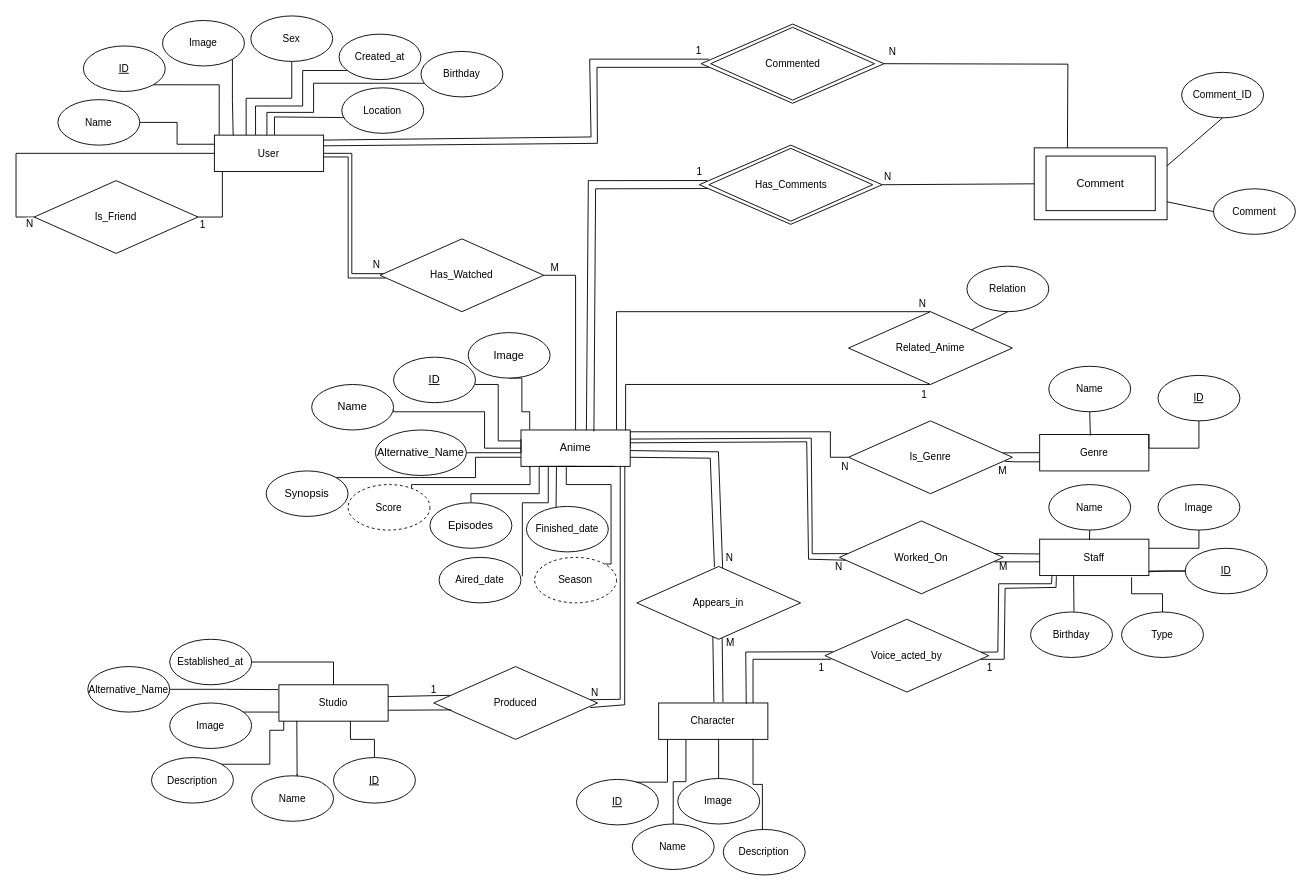
AlexandreCotorobai/AnimeDB keeps this draw.io diagram as DER_AnimeDB.drawio. Above is the earlier version. Source tidied: cells renumbered, new cells numbered last; positions are measured from the earlier drawing's top-left corner, leaving out a move shared by most shapes. Both pictures are drawn from the tidied source at 91%, with x=0, y=0 at pixel (34, 15).
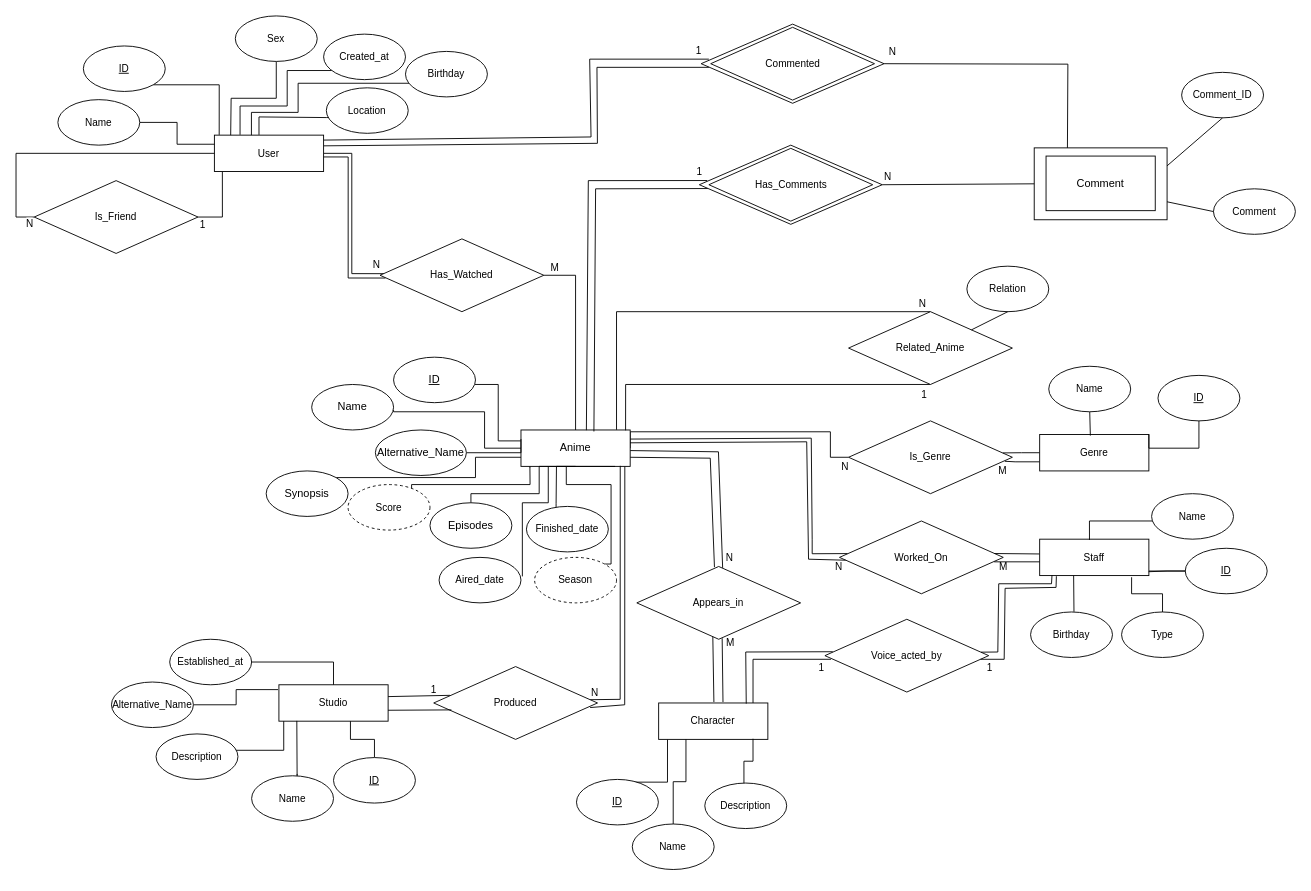
Above is the later version.

Commit message (it also covers changes not shown here):
Diagrams and PNGs

The change refers to these unchanged cells:
```xml
<mxCell id="5" value="&lt;div&gt;Anime&lt;/div&gt;" style="rounded=0;whiteSpace=wrap;html=1;" parent="1" vertex="1">
  <mxGeometry x="535" y="455" width="120" height="40" as="geometry" />
</mxCell>
<mxCell id="39" value="Staff" style="rounded=0;whiteSpace=wrap;html=1;fontFamily=Helvetica;fontSize=11;fontColor=default;" parent="1" vertex="1">
  <mxGeometry x="1105" y="575" width="120" height="40" as="geometry" />
</mxCell>
<mxCell id="58" value="&lt;div&gt;Character&lt;/div&gt;" style="rounded=0;whiteSpace=wrap;html=1;fontFamily=Helvetica;fontSize=11;fontColor=default;" parent="1" vertex="1">
  <mxGeometry x="686.3" y="755" width="120" height="40" as="geometry" />
</mxCell>
<mxCell id="70" value="&lt;div&gt;Studio&lt;/div&gt;" style="rounded=0;whiteSpace=wrap;html=1;fontFamily=Helvetica;fontSize=11;fontColor=default;" parent="1" vertex="1">
  <mxGeometry x="269" y="735" width="120" height="40" as="geometry" />
</mxCell>
<mxCell id="103" value="&lt;div&gt;User&lt;/div&gt;" style="rounded=0;whiteSpace=wrap;html=1;fontFamily=Helvetica;fontSize=11;fontColor=default;" parent="1" vertex="1">
  <mxGeometry x="198.1" y="131" width="120" height="40" as="geometry" />
</mxCell>
```

Diff of the diagram source:
```diff
@@
-    <mxCell id="8" style="edgeStyle=orthogonalEdgeStyle;shape=connector;rounded=0;jettySize=auto;html=1;exitX=0.5;exitY=1;exitDx=0;exitDy=0;labelBackgroundColor=default;strokeColor=default;fontFamily=Helvetica;fontSize=11;fontColor=default;endArrow=none;endFill=0;entryX=0.08;entryY=-0.011;entryDx=0;entryDy=0;entryPerimeter=0;" parent="1" edge="1" source="9" target="5">
-      <mxGeometry relative="1" as="geometry">
-        <Array as="points">
-          <mxPoint x="536" y="435" />
-          <mxPoint x="545" y="435" />
-        </Array>
-      </mxGeometry>
-    </mxCell>
-    <mxCell id="9" value="Image" style="ellipse;whiteSpace=wrap;html=1;" parent="1" vertex="1">
-      <mxGeometry x="477" y="348" width="90" height="50" as="geometry" />
-    </mxCell>
@@
     <mxCell id="40" style="edgeStyle=orthogonalEdgeStyle;shape=connector;rounded=0;jettySize=auto;html=1;exitX=0.5;exitY=1;exitDx=0;exitDy=0;entryX=0.456;entryY=0.021;entryDx=0;entryDy=0;entryPerimeter=0;labelBackgroundColor=default;strokeColor=default;fontFamily=Helvetica;fontSize=11;fontColor=default;endArrow=none;endFill=0;" parent="1" edge="1" source="41" target="39">
-      <mxGeometry relative="1" as="geometry" />
+      <mxGeometry relative="1" as="geometry">
+        <Array as="points">
+          <mxPoint x="1160" y="555" />
+        </Array>
+      </mxGeometry>
     </mxCell>
     <mxCell id="41" value="Name" style="ellipse;whiteSpace=wrap;html=1;fontFamily=Helvetica;fontSize=11;fontColor=default;" parent="1" vertex="1">
-      <mxGeometry x="1115" y="515" width="90" height="50" as="geometry" />
+      <mxGeometry x="1228" y="525" width="90" height="50" as="geometry" />
     </mxCell>
-    <mxCell id="42" style="edgeStyle=orthogonalEdgeStyle;shape=connector;rounded=0;jettySize=auto;html=1;exitX=0.5;exitY=1;exitDx=0;exitDy=0;entryX=1;entryY=0.25;entryDx=0;entryDy=0;labelBackgroundColor=default;strokeColor=default;fontFamily=Helvetica;fontSize=11;fontColor=default;endArrow=none;endFill=0;" parent="1" edge="1" source="43" target="39">
-      <mxGeometry relative="1" as="geometry" />
-    </mxCell>
-    <mxCell id="43" value="Image" style="ellipse;whiteSpace=wrap;html=1;fontFamily=Helvetica;fontSize=11;fontColor=default;" parent="1" vertex="1">
-      <mxGeometry x="1235" y="515" width="90" height="50" as="geometry" />
-    </mxCell>
@@
-    <mxCell id="66" style="edgeStyle=orthogonalEdgeStyle;shape=connector;rounded=0;jettySize=auto;html=1;exitX=0.5;exitY=0;exitDx=0;exitDy=0;entryX=0.549;entryY=0.983;entryDx=0;entryDy=0;entryPerimeter=0;labelBackgroundColor=default;strokeColor=default;fontFamily=Helvetica;fontSize=11;fontColor=default;endArrow=none;endFill=0;" parent="1" edge="1" source="67" target="58">
-      <mxGeometry relative="1" as="geometry">
-        <Array as="points">
-          <mxPoint x="752.3" y="794" />
-        </Array>
-      </mxGeometry>
-    </mxCell>
-    <mxCell id="67" value="Image" style="ellipse;whiteSpace=wrap;html=1;fontFamily=Helvetica;fontSize=11;fontColor=default;" parent="1" vertex="1">
-      <mxGeometry x="707.3" y="838" width="90" height="50" as="geometry" />
-    </mxCell>
@@
     <mxCell id="69" value="Description" style="ellipse;whiteSpace=wrap;html=1;fontFamily=Helvetica;fontSize=11;fontColor=default;" parent="1" vertex="1">
-      <mxGeometry x="757.3" y="894" width="90" height="50" as="geometry" />
+      <mxGeometry x="737" y="843" width="90" height="50" as="geometry" />
     </mxCell>
@@
-    <mxCell id="75" style="edgeStyle=orthogonalEdgeStyle;shape=connector;rounded=0;jettySize=auto;html=1;exitX=0;exitY=0;exitDx=0;exitDy=0;entryX=0;entryY=0.75;entryDx=0;entryDy=0;labelBackgroundColor=default;strokeColor=default;fontFamily=Helvetica;fontSize=11;fontColor=default;endArrow=none;endFill=0;" parent="1" edge="1" source="76" target="70">
-      <mxGeometry relative="1" as="geometry">
-        <Array as="points">
-          <mxPoint x="226" y="762" />
-          <mxPoint x="226" y="765" />
-        </Array>
-      </mxGeometry>
-    </mxCell>
-    <mxCell id="76" value="Image" style="ellipse;whiteSpace=wrap;html=1;fontFamily=Helvetica;fontSize=11;fontColor=default;" parent="1" vertex="1">
-      <mxGeometry x="149" y="755" width="90" height="50" as="geometry" />
-    </mxCell>
@@
     <mxCell id="80" value="Alternative_Name" style="ellipse;whiteSpace=wrap;html=1;fontFamily=Helvetica;fontSize=11;fontColor=default;" parent="1" vertex="1">
-      <mxGeometry x="59" y="715" width="90" height="50" as="geometry" />
+      <mxGeometry x="85" y="732" width="90" height="50" as="geometry" />
     </mxCell>
     <mxCell id="81" style="edgeStyle=orthogonalEdgeStyle;shape=connector;rounded=0;jettySize=auto;html=1;exitX=0;exitY=0;exitDx=0;exitDy=0;entryX=0.044;entryY=1;entryDx=0;entryDy=0;entryPerimeter=0;labelBackgroundColor=default;strokeColor=default;fontFamily=Helvetica;fontSize=11;fontColor=default;endArrow=none;endFill=0;" parent="1" edge="1" source="82" target="70">
       <mxGeometry relative="1" as="geometry">
         <Array as="points">
-          <mxPoint x="259" y="822" />
-          <mxPoint x="259" y="785" />
-          <mxPoint x="274" y="785" />
+          <mxPoint x="151" y="807" />
+          <mxPoint x="274" y="807" />
         </Array>
       </mxGeometry>
     </mxCell>
     <mxCell id="82" value="Description" style="ellipse;whiteSpace=wrap;html=1;fontFamily=Helvetica;fontSize=11;fontColor=default;" parent="1" vertex="1">
-      <mxGeometry x="129" y="815" width="90" height="50" as="geometry" />
+      <mxGeometry x="134" y="789" width="90" height="50" as="geometry" />
     </mxCell>
@@
-    <mxCell id="108" style="edgeStyle=orthogonalEdgeStyle;shape=connector;rounded=0;jettySize=auto;html=1;exitX=1;exitY=1;exitDx=0;exitDy=0;entryX=0.172;entryY=0.008;entryDx=0;entryDy=0;entryPerimeter=0;labelBackgroundColor=default;strokeColor=default;fontFamily=Helvetica;fontSize=11;fontColor=default;endArrow=none;endFill=0;" parent="1" edge="1" source="109" target="103">
-      <mxGeometry relative="1" as="geometry" />
-    </mxCell>
-    <mxCell id="109" value="Image" style="ellipse;whiteSpace=wrap;html=1;fontFamily=Helvetica;fontSize=11;fontColor=default;" parent="1" vertex="1">
-      <mxGeometry x="141.1" y="5" width="90" height="50" as="geometry" />
-    </mxCell>
-    <mxCell id="110" style="edgeStyle=orthogonalEdgeStyle;shape=connector;rounded=0;jettySize=auto;html=1;exitX=0.5;exitY=1;exitDx=0;exitDy=0;entryX=0.291;entryY=0;entryDx=0;entryDy=0;entryPerimeter=0;labelBackgroundColor=default;strokeColor=default;fontFamily=Helvetica;fontSize=11;fontColor=default;endArrow=none;endFill=0;" parent="1" edge="1" source="111" target="103">
-      <mxGeometry relative="1" as="geometry" />
+    <mxCell id="110" style="edgeStyle=orthogonalEdgeStyle;shape=connector;rounded=0;jettySize=auto;html=1;exitX=0.5;exitY=1;exitDx=0;exitDy=0;entryX=0.291;entryY=0;entryDx=0;entryDy=0;entryPerimeter=0;labelBackgroundColor=default;strokeColor=default;fontFamily=Helvetica;fontSize=11;fontColor=default;endArrow=none;endFill=0;" parent="1" edge="1" source="111">
+      <mxGeometry relative="1" as="geometry">
+        <mxPoint x="216" y="131" as="targetPoint" />
+      </mxGeometry>
     </mxCell>
     <mxCell id="111" value="Sex" style="ellipse;whiteSpace=wrap;html=1;fontFamily=Helvetica;fontSize=11;fontColor=default;" parent="1" vertex="1">
-      <mxGeometry x="238.1" width="90" height="50" as="geometry" />
+      <mxGeometry x="221.1" width="90" height="50" as="geometry" />
     </mxCell>
-    <mxCell id="112" style="edgeStyle=orthogonalEdgeStyle;shape=connector;rounded=0;jettySize=auto;html=1;exitX=0.093;exitY=0.76;exitDx=0;exitDy=0;entryX=0.377;entryY=-0.009;entryDx=0;entryDy=0;entryPerimeter=0;labelBackgroundColor=default;strokeColor=default;fontFamily=Helvetica;fontSize=11;fontColor=default;endArrow=none;endFill=0;exitPerimeter=0;" parent="1" edge="1" source="113" target="103">
+    <mxCell id="112" style="edgeStyle=orthogonalEdgeStyle;shape=connector;rounded=0;jettySize=auto;html=1;exitX=0.093;exitY=0.76;exitDx=0;exitDy=0;entryX=0.377;entryY=-0.009;entryDx=0;entryDy=0;entryPerimeter=0;labelBackgroundColor=default;strokeColor=default;fontFamily=Helvetica;fontSize=11;fontColor=default;endArrow=none;endFill=0;exitPerimeter=0;" parent="1" edge="1" source="113">
       <mxGeometry relative="1" as="geometry">
+        <mxPoint x="226.3" y="130.6" as="targetPoint" />
         <Array as="points">
-          <mxPoint x="343.1" y="60" />
-          <mxPoint x="295.1" y="60" />
-          <mxPoint x="295.1" y="99" />
-          <mxPoint x="243.1" y="99" />
+          <mxPoint x="326.1" y="60" />
+          <mxPoint x="278.1" y="60" />
+          <mxPoint x="278.1" y="99" />
+          <mxPoint x="226.1" y="99" />
         </Array>
       </mxGeometry>
     </mxCell>
     <mxCell id="113" value="Created_at" style="ellipse;whiteSpace=wrap;html=1;fontFamily=Helvetica;fontSize=11;fontColor=default;" parent="1" vertex="1">
-      <mxGeometry x="335.1" y="20" width="90" height="50" as="geometry" />
+      <mxGeometry x="318.1" y="20" width="90" height="50" as="geometry" />
     </mxCell>
-    <mxCell id="114" style="edgeStyle=orthogonalEdgeStyle;shape=connector;rounded=0;jettySize=auto;html=1;exitX=0.044;exitY=0.7;exitDx=0;exitDy=0;entryX=0.481;entryY=0;entryDx=0;entryDy=0;entryPerimeter=0;labelBackgroundColor=default;strokeColor=default;fontFamily=Helvetica;fontSize=11;fontColor=default;endArrow=none;endFill=0;exitPerimeter=0;" parent="1" edge="1" source="115" target="103">
+    <mxCell id="114" style="edgeStyle=orthogonalEdgeStyle;shape=connector;rounded=0;jettySize=auto;html=1;exitX=0.044;exitY=0.7;exitDx=0;exitDy=0;entryX=0.481;entryY=0;entryDx=0;entryDy=0;entryPerimeter=0;labelBackgroundColor=default;strokeColor=default;fontFamily=Helvetica;fontSize=11;fontColor=default;endArrow=none;endFill=0;exitPerimeter=0;" parent="1" edge="1" source="115">
       <mxGeometry relative="1" as="geometry">
+        <mxPoint x="238.8" y="131" as="targetPoint" />
         <Array as="points">
-          <mxPoint x="307.1" y="74" />
-          <mxPoint x="307.1" y="106" />
-          <mxPoint x="256.1" y="106" />
+          <mxPoint x="290.1" y="74" />
+          <mxPoint x="290.1" y="106" />
+          <mxPoint x="239.1" y="106" />
         </Array>
       </mxGeometry>
     </mxCell>
     <mxCell id="115" value="Birthday" style="ellipse;whiteSpace=wrap;html=1;fontFamily=Helvetica;fontSize=11;fontColor=default;" parent="1" vertex="1">
-      <mxGeometry x="425.1" y="39" width="90" height="50" as="geometry" />
+      <mxGeometry x="408.1" y="39" width="90" height="50" as="geometry" />
     </mxCell>
-    <mxCell id="116" style="edgeStyle=orthogonalEdgeStyle;shape=connector;rounded=0;jettySize=auto;html=1;exitX=0.026;exitY=0.653;exitDx=0;exitDy=0;entryX=0.55;entryY=-0.008;entryDx=0;entryDy=0;entryPerimeter=0;labelBackgroundColor=default;strokeColor=default;fontFamily=Helvetica;fontSize=11;fontColor=default;endArrow=none;endFill=0;exitPerimeter=0;" parent="1" edge="1" source="117" target="103">
+    <mxCell id="116" style="edgeStyle=orthogonalEdgeStyle;shape=connector;rounded=0;jettySize=auto;html=1;exitX=0.026;exitY=0.653;exitDx=0;exitDy=0;entryX=0.55;entryY=-0.008;entryDx=0;entryDy=0;entryPerimeter=0;labelBackgroundColor=default;strokeColor=default;fontFamily=Helvetica;fontSize=11;fontColor=default;endArrow=none;endFill=0;exitPerimeter=0;" parent="1" edge="1" source="117">
       <mxGeometry relative="1" as="geometry">
+        <mxPoint x="247.1" y="130.7" as="targetPoint" />
         <Array as="points">
-          <mxPoint x="338.1" y="112" />
-          <mxPoint x="264.1" y="111" />
+          <mxPoint x="321.1" y="112" />
+          <mxPoint x="247.1" y="111" />
         </Array>
       </mxGeometry>
     </mxCell>
     <mxCell id="117" value="Location" style="ellipse;whiteSpace=wrap;html=1;fontFamily=Helvetica;fontSize=11;fontColor=default;" parent="1" vertex="1">
-      <mxGeometry x="338.1" y="79" width="90" height="50" as="geometry" />
+      <mxGeometry x="321.1" y="79" width="90" height="50" as="geometry" />
     </mxCell>
```
